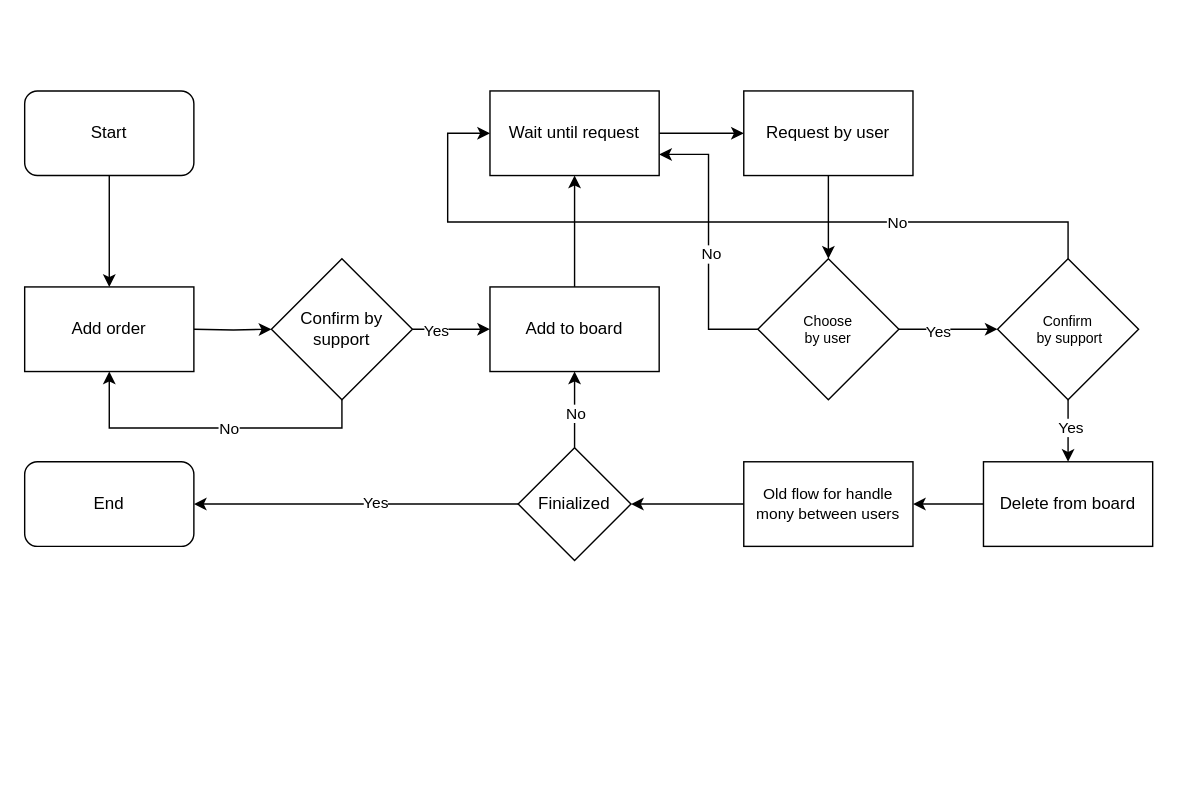
The draw.io diagram extudent-order.drawio in BlackIQ/.github, before the edit. Source tidied: cells renumbered, new cells numbered last; positions are measured from the earlier drawing's top-left corner, leaving out a move shared by most shapes. Both pictures are drawn from the tidied source at 141%, with x=0, y=0 at pixel (24, 90).
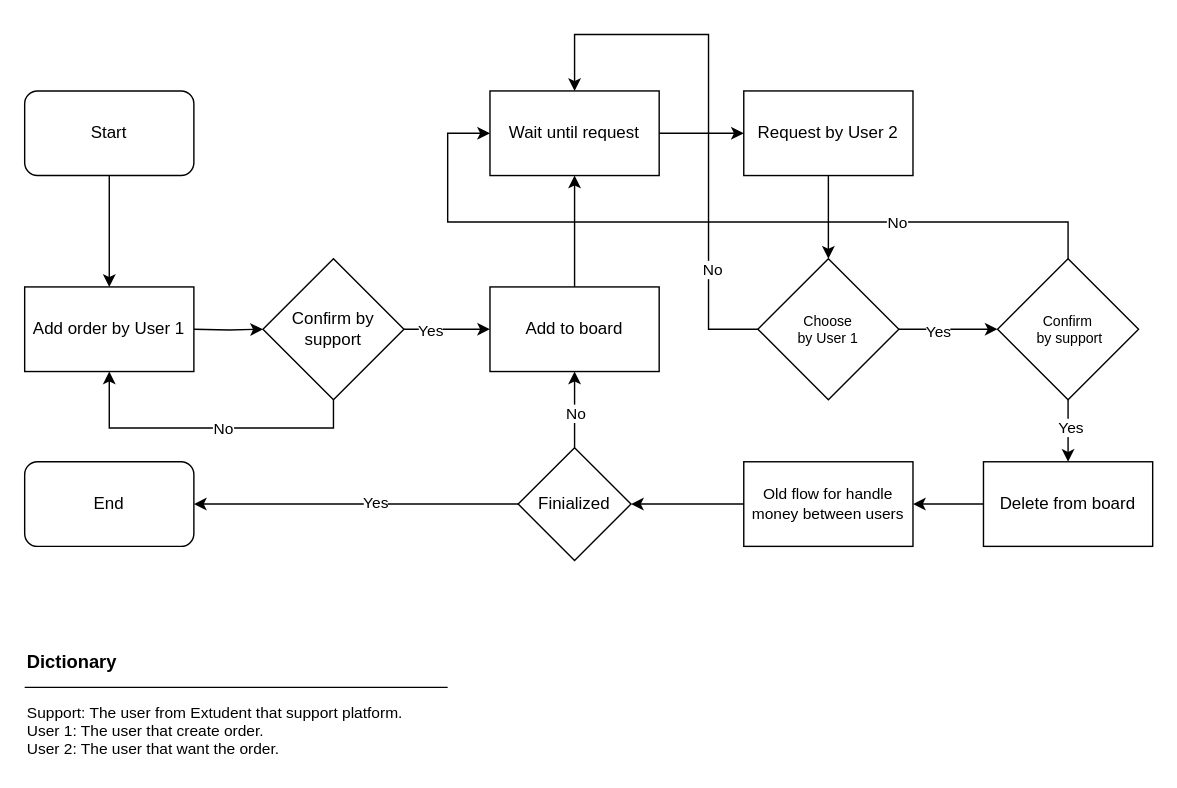
Above is the later version.

The change refers to these unchanged cells:
```xml
<mxCell id="27" value="Wait until request" style="rounded=0;whiteSpace=wrap;html=1;" parent="1" vertex="1">
  <mxGeometry x="330" width="120" height="60" as="geometry" />
</mxCell>
```

Diff of the diagram source:
```diff
@@
-    <mxCell id="6" value="Add order" style="rounded=0;whiteSpace=wrap;html=1;" parent="1" vertex="1">
+    <mxCell id="6" value="Add order by User 1" style="rounded=0;whiteSpace=wrap;html=1;" parent="1" vertex="1">
       <mxGeometry y="139" width="120" height="60" as="geometry" />
     </mxCell>
@@
     <mxCell id="11" value="Confirm by support" style="rhombus;whiteSpace=wrap;html=1;" parent="1" vertex="1">
-      <mxGeometry x="175" y="119" width="100" height="100" as="geometry" />
+      <mxGeometry x="169" y="119" width="100" height="100" as="geometry" />
     </mxCell>
@@
-    <mxCell id="15" value="Request by user" style="rounded=0;whiteSpace=wrap;html=1;" parent="1" vertex="1">
+    <mxCell id="15" value="Request by User 2" style="rounded=0;whiteSpace=wrap;html=1;" parent="1" vertex="1">
       <mxGeometry x="510" width="120" height="60" as="geometry" />
     </mxCell>
@@
-    <mxCell id="18" style="edgeStyle=orthogonalEdgeStyle;rounded=0;jettySize=auto;html=1;exitX=0;exitY=0.5;exitDx=0;exitDy=0;entryX=1;entryY=0.75;entryDx=0;entryDy=0;" parent="1" edge="1" source="20" target="27">
-      <mxGeometry relative="1" as="geometry" />
+    <mxCell id="18" style="edgeStyle=orthogonalEdgeStyle;rounded=0;jettySize=auto;html=1;exitX=0;exitY=0.5;exitDx=0;exitDy=0;entryX=0.5;entryY=0;entryDx=0;entryDy=0;" parent="1" edge="1" source="20" target="27">
+      <mxGeometry relative="1" as="geometry">
+        <Array as="points">
+          <mxPoint x="485" y="169" />
+          <mxPoint x="485" y="-40" />
+          <mxPoint x="390" y="-40" />
+        </Array>
+      </mxGeometry>
     </mxCell>
     <mxCell id="19" value="No" style="edgeLabel;html=1;align=center;verticalAlign=middle;" parent="18" vertex="1">
-      <mxGeometry x="-0.08" y="-1" relative="1" as="geometry" />
+      <mxGeometry x="-0.59" y="-2" relative="1" as="geometry" />
     </mxCell>
-    <mxCell id="20" value="Choose&lt;br style=&quot;font-size: 10px;&quot;&gt;by user" style="rhombus;whiteSpace=wrap;html=1;fontSize=10;" parent="1" vertex="1">
+    <mxCell id="20" value="Choose&lt;br style=&quot;font-size: 10px;&quot;&gt;by User 1" style="rhombus;whiteSpace=wrap;html=1;fontSize=10;" parent="1" vertex="1">
       <mxGeometry x="520" y="119" width="100" height="100" as="geometry" />
     </mxCell>
@@
-    <mxCell id="31" value="Old flow for handle mony between users" style="rounded=0;whiteSpace=wrap;html=1;fontSize=11;" parent="1" vertex="1">
+    <mxCell id="31" value="Old flow for handle money between users" style="rounded=0;whiteSpace=wrap;html=1;fontSize=11;" parent="1" vertex="1">
       <mxGeometry x="510" y="263" width="120" height="60" as="geometry" />
     </mxCell>
@@
+    <mxCell id="37" style="group;" parent="1" vertex="1">
+      <mxGeometry y="390" width="300" height="87" as="geometry" />
+    </mxCell>
+    <mxCell id="38" value="Support: The user from Extudent that support platform.&lt;br&gt;User 1: The user that create order.&lt;br&gt;User 2: The user that want the order." style="text;html=1;strokeColor=none;fillColor=none;align=left;verticalAlign=middle;whiteSpace=wrap;rounded=0;fontSize=11;" parent="37" vertex="1">
+      <mxGeometry y="40" width="270" height="47" as="geometry" />
+    </mxCell>
+    <mxCell id="39" value="Dictionary" style="text;html=1;strokeColor=none;fillColor=none;align=left;verticalAlign=middle;whiteSpace=wrap;rounded=0;fontStyle=1;fontSize=13;" parent="37" vertex="1">
+      <mxGeometry width="60" height="30" as="geometry" />
+    </mxCell>
+    <mxCell id="40" style="endArrow=none;html=1;rounded=0;" parent="37" edge="1">
+      <mxGeometry relative="1" as="geometry">
+        <mxPoint y="33" as="sourcePoint" />
+        <mxPoint x="300" y="33" as="targetPoint" />
+      </mxGeometry>
+    </mxCell>
```
